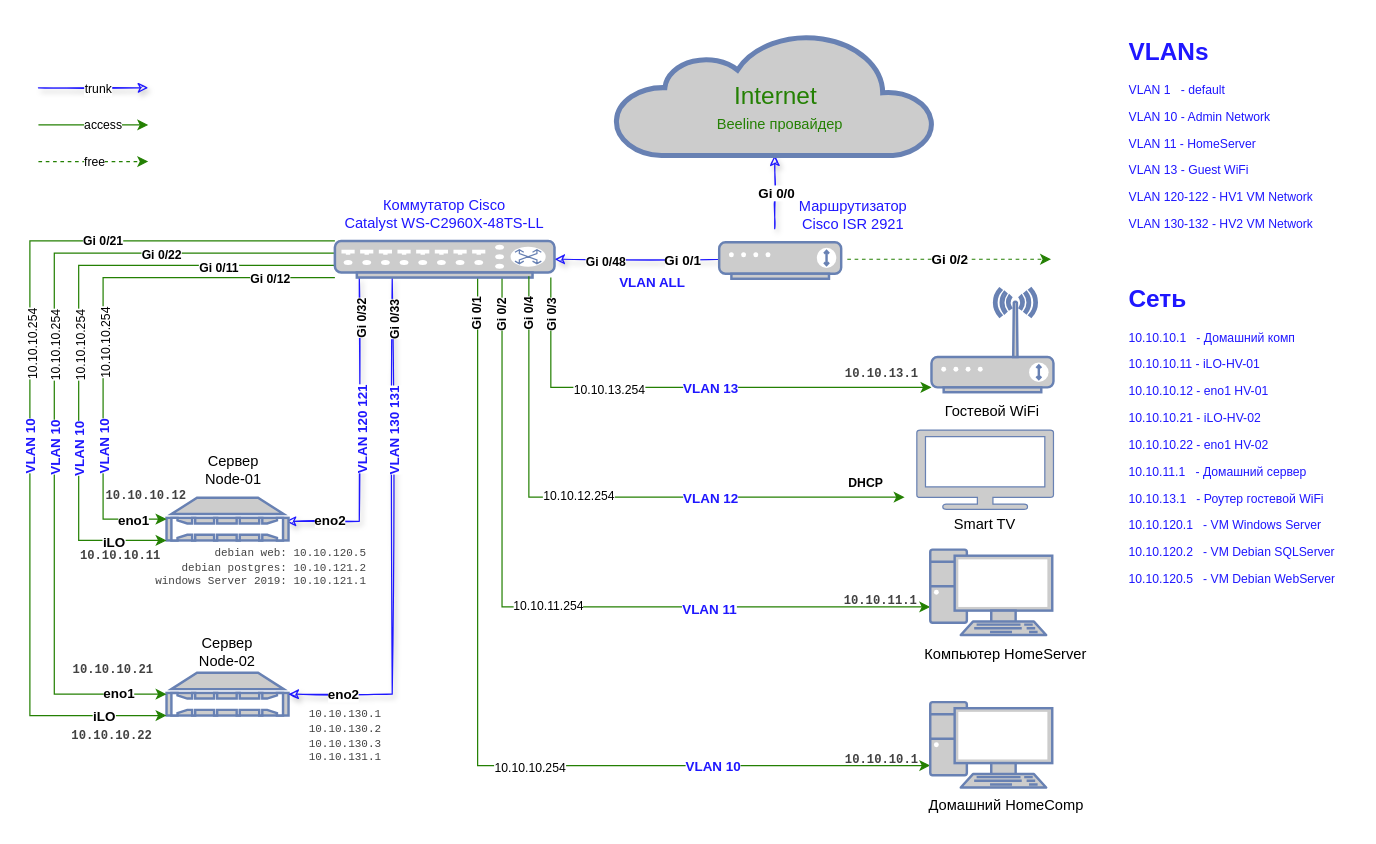
drakulitka/diagrams keeps this draw.io diagram as data-center-network/DCNetwork.drawio. Above is the earlier version. Source tidied: cells renumbered, new cells numbered last; positions are measured from the earlier drawing's top-left corner, leaving out a move shared by most shapes. Both pictures are drawn from the tidied source at 122%, with x=0, y=0 at pixel (29, 33).
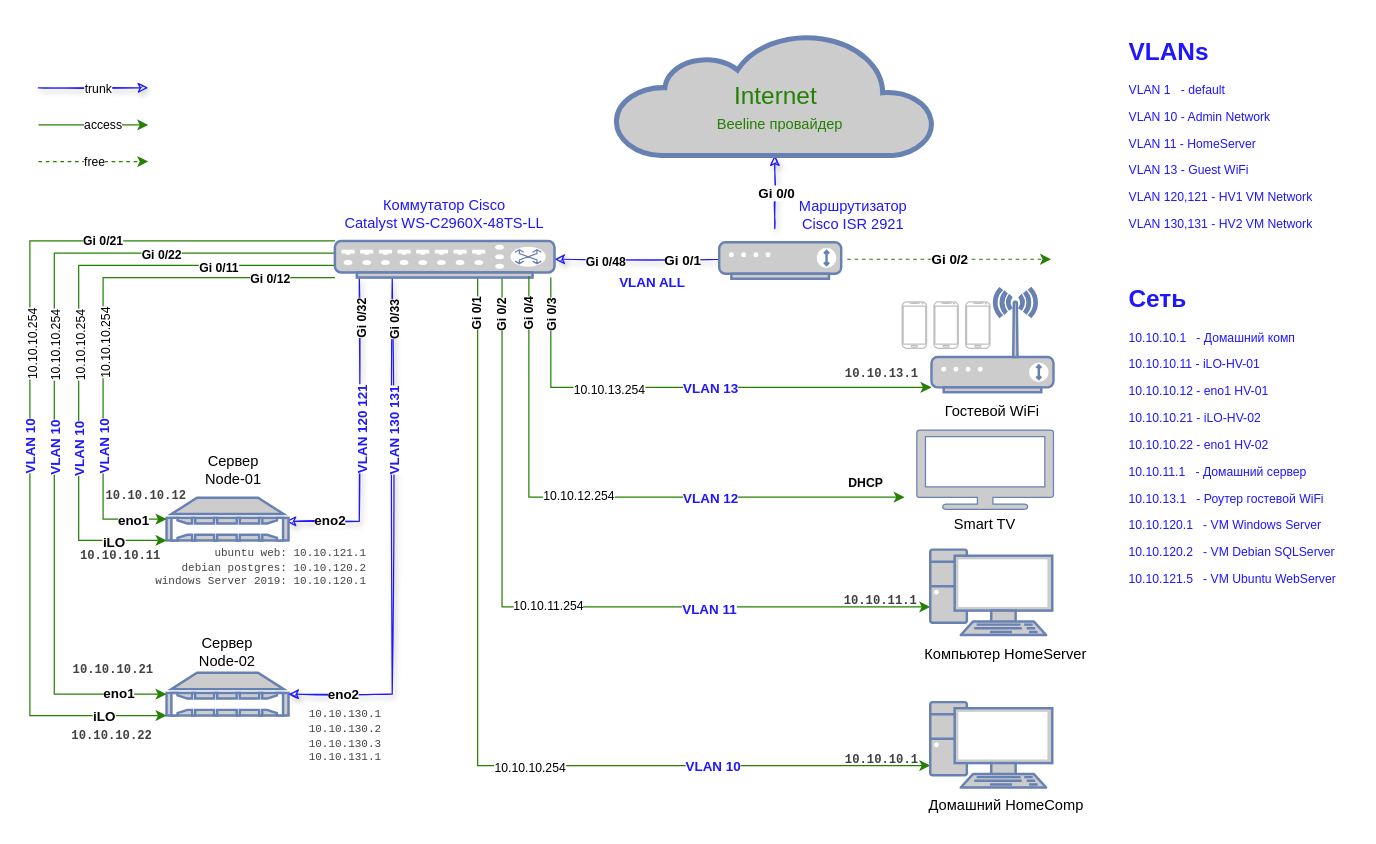
The same page after the edit.

Diff of the diagram source:
```diff
@@
-    <mxCell id="39" value="&lt;div style=&quot;font-size: 9px&quot;&gt;&lt;div style=&quot;font-size: 9px&quot;&gt;&lt;span style=&quot;font-family: &amp;quot;source code pro&amp;quot; , monospace ; color: rgb(66 , 66 , 66) ; background-color: transparent ; font-weight: 400 ; font-style: normal ; font-variant: normal ; text-decoration: none ; vertical-align: baseline ; font-size: 9px&quot; id=&quot;docs-internal-guid-bd31c3f7-7fff-add3-67a0-b06b6ec8103c&quot;&gt;&lt;font style=&quot;font-size: 9px&quot;&gt;debian web: &lt;/font&gt;10.10.120.5&lt;/span&gt;&lt;span style=&quot;font-family: &amp;quot;source code pro&amp;quot; , monospace ; color: rgb(66 , 66 , 66) ; background-color: transparent ; font-weight: 400 ; font-style: normal ; font-variant: normal ; text-decoration: none ; vertical-align: baseline ; font-size: 9px&quot; id=&quot;docs-internal-guid-bd31c3f7-7fff-add3-67a0-b06b6ec8103c&quot;&gt;&lt;/span&gt;&lt;font style=&quot;font-size: 9px&quot;&gt;&lt;br&gt;&lt;/font&gt;&lt;/div&gt;&lt;div style=&quot;font-size: 9px&quot;&gt;&lt;span style=&quot;font-family: &amp;quot;source code pro&amp;quot; , monospace ; color: rgb(66 , 66 , 66) ; background-color: transparent ; font-weight: 400 ; font-style: normal ; font-variant: normal ; text-decoration: none ; vertical-align: baseline ; font-size: 9px&quot; id=&quot;docs-internal-guid-bd31c3f7-7fff-add3-67a0-b06b6ec8103c&quot;&gt;&lt;font style=&quot;font-size: 9px&quot;&gt;debian postgres: &lt;/font&gt;10.10.121.2&lt;/span&gt;&lt;span style=&quot;font-family: &amp;quot;source code pro&amp;quot; , monospace ; color: rgb(66 , 66 , 66) ; background-color: transparent ; font-weight: 400 ; font-style: normal ; font-variant: normal ; text-decoration: none ; vertical-align: baseline ; font-size: 9px&quot; id=&quot;docs-internal-guid-bd31c3f7-7fff-add3-67a0-b06b6ec8103c&quot;&gt;&lt;/span&gt;&lt;span style=&quot;font-family: &amp;quot;source code pro&amp;quot; , monospace ; color: rgb(66 , 66 , 66) ; background-color: transparent ; font-weight: 400 ; font-style: normal ; font-variant: normal ; text-decoration: none ; vertical-align: baseline ; font-size: 9px&quot; id=&quot;docs-internal-guid-bd31c3f7-7fff-add3-67a0-b06b6ec8103c&quot;&gt;&lt;/span&gt;&lt;font style=&quot;font-size: 9px&quot;&gt;&lt;br style=&quot;font-size: 9px&quot;&gt;&lt;/font&gt;&lt;/div&gt;&lt;div style=&quot;font-size: 9px&quot;&gt;&lt;span style=&quot;font-family: &amp;quot;source code pro&amp;quot; , monospace ; color: rgb(66 , 66 , 66) ; background-color: transparent ; font-weight: 400 ; font-style: normal ; font-variant: normal ; text-decoration: none ; vertical-align: baseline ; font-size: 9px&quot; id=&quot;docs-internal-guid-bd31c3f7-7fff-add3-67a0-b06b6ec8103c&quot;&gt;&lt;font style=&quot;font-size: 9px&quot;&gt;windows Server 2019: &lt;/font&gt;10.10.121.1&lt;/span&gt;&lt;span style=&quot;font-family: &amp;quot;source code pro&amp;quot; , monospace ; color: rgb(66 , 66 , 66) ; background-color: transparent ; font-weight: 400 ; font-style: normal ; font-variant: normal ; text-decoration: none ; vertical-align: baseline ; font-size: 9px&quot; id=&quot;docs-internal-guid-bd31c3f7-7fff-add3-67a0-b06b6ec8103c&quot;&gt;&lt;/span&gt;&lt;span style=&quot;font-family: &amp;quot;source code pro&amp;quot; , monospace ; color: rgb(66 , 66 , 66) ; background-color: transparent ; font-weight: 400 ; font-style: normal ; font-variant: normal ; text-decoration: none ; vertical-align: baseline ; font-size: 9px&quot; id=&quot;docs-internal-guid-bd31c3f7-7fff-add3-67a0-b06b6ec8103c&quot;&gt;&lt;/span&gt;&lt;br&gt;&lt;/div&gt;&lt;/div&gt;" style="text;html=1;align=right;verticalAlign=middle;strokeColor=none;fillColor=none;fontSize=9;" parent="1" vertex="1">
+    <mxCell id="39" value="&lt;div style=&quot;font-size: 9px&quot;&gt;&lt;div style=&quot;font-size: 9px&quot;&gt;&lt;span style=&quot;font-family: &amp;#34;source code pro&amp;#34; , monospace ; color: rgb(66 , 66 , 66) ; background-color: transparent ; font-weight: 400 ; font-style: normal ; font-variant: normal ; text-decoration: none ; vertical-align: baseline ; font-size: 9px&quot; id=&quot;docs-internal-guid-bd31c3f7-7fff-add3-67a0-b06b6ec8103c&quot;&gt;&lt;font style=&quot;font-size: 9px&quot;&gt;ubuntu web: &lt;/font&gt;10.10.121.1&lt;/span&gt;&lt;span style=&quot;font-family: &amp;#34;source code pro&amp;#34; , monospace ; color: rgb(66 , 66 , 66) ; background-color: transparent ; font-weight: 400 ; font-style: normal ; font-variant: normal ; text-decoration: none ; vertical-align: baseline ; font-size: 9px&quot; id=&quot;docs-internal-guid-bd31c3f7-7fff-add3-67a0-b06b6ec8103c&quot;&gt;&lt;/span&gt;&lt;font style=&quot;font-size: 9px&quot;&gt;&lt;br&gt;&lt;/font&gt;&lt;/div&gt;&lt;div style=&quot;font-size: 9px&quot;&gt;&lt;span style=&quot;font-family: &amp;#34;source code pro&amp;#34; , monospace ; color: rgb(66 , 66 , 66) ; background-color: transparent ; font-weight: 400 ; font-style: normal ; font-variant: normal ; text-decoration: none ; vertical-align: baseline ; font-size: 9px&quot; id=&quot;docs-internal-guid-bd31c3f7-7fff-add3-67a0-b06b6ec8103c&quot;&gt;&lt;font style=&quot;font-size: 9px&quot;&gt;debian postgres: &lt;/font&gt;10.10.120.2&lt;/span&gt;&lt;span style=&quot;font-family: &amp;#34;source code pro&amp;#34; , monospace ; color: rgb(66 , 66 , 66) ; background-color: transparent ; font-weight: 400 ; font-style: normal ; font-variant: normal ; text-decoration: none ; vertical-align: baseline ; font-size: 9px&quot; id=&quot;docs-internal-guid-bd31c3f7-7fff-add3-67a0-b06b6ec8103c&quot;&gt;&lt;/span&gt;&lt;span style=&quot;font-family: &amp;#34;source code pro&amp;#34; , monospace ; color: rgb(66 , 66 , 66) ; background-color: transparent ; font-weight: 400 ; font-style: normal ; font-variant: normal ; text-decoration: none ; vertical-align: baseline ; font-size: 9px&quot; id=&quot;docs-internal-guid-bd31c3f7-7fff-add3-67a0-b06b6ec8103c&quot;&gt;&lt;/span&gt;&lt;font style=&quot;font-size: 9px&quot;&gt;&lt;br style=&quot;font-size: 9px&quot;&gt;&lt;/font&gt;&lt;/div&gt;&lt;div style=&quot;font-size: 9px&quot;&gt;&lt;span style=&quot;font-family: &amp;#34;source code pro&amp;#34; , monospace ; color: rgb(66 , 66 , 66) ; background-color: transparent ; font-weight: 400 ; font-style: normal ; font-variant: normal ; text-decoration: none ; vertical-align: baseline ; font-size: 9px&quot; id=&quot;docs-internal-guid-bd31c3f7-7fff-add3-67a0-b06b6ec8103c&quot;&gt;&lt;font style=&quot;font-size: 9px&quot;&gt;windows Server 2019: &lt;/font&gt;10.10.120.1&lt;/span&gt;&lt;span style=&quot;font-family: &amp;#34;source code pro&amp;#34; , monospace ; color: rgb(66 , 66 , 66) ; background-color: transparent ; font-weight: 400 ; font-style: normal ; font-variant: normal ; text-decoration: none ; vertical-align: baseline ; font-size: 9px&quot; id=&quot;docs-internal-guid-bd31c3f7-7fff-add3-67a0-b06b6ec8103c&quot;&gt;&lt;/span&gt;&lt;span style=&quot;font-family: &amp;#34;source code pro&amp;#34; , monospace ; color: rgb(66 , 66 , 66) ; background-color: transparent ; font-weight: 400 ; font-style: normal ; font-variant: normal ; text-decoration: none ; vertical-align: baseline ; font-size: 9px&quot; id=&quot;docs-internal-guid-bd31c3f7-7fff-add3-67a0-b06b6ec8103c&quot;&gt;&lt;/span&gt;&lt;br&gt;&lt;/div&gt;&lt;/div&gt;" style="text;html=1;align=right;verticalAlign=middle;strokeColor=none;fillColor=none;fontSize=9;" parent="1" vertex="1">
       <mxGeometry x="87" y="418" width="190" height="40" as="geometry" />
     </mxCell>
@@
-    <mxCell id="81" value="&lt;p style=&quot;line-height: 1.2&quot;&gt;&lt;/p&gt;&lt;h1&gt;VLANs&lt;/h1&gt;&lt;p&gt;VLAN 1&amp;nbsp;&amp;nbsp; - default&lt;/p&gt;&lt;p&gt;VLAN 10 - Admin Network&lt;/p&gt;&lt;p&gt;VLAN 11 - HomeServer&lt;/p&gt;&lt;p&gt;VLAN 13 - Guest WiFi&lt;/p&gt;&lt;p&gt;VLAN 120-122 - HV1 VM Network&lt;/p&gt;&lt;p&gt;VLAN 130-132 - HV2 VM Network&lt;/p&gt;&lt;p&gt;&lt;/p&gt;" style="text;html=1;strokeColor=none;fillColor=none;spacing=5;spacingTop=-20;whiteSpace=wrap;overflow=hidden;rounded=0;fontSize=10;fontColor=#1F17FF;" parent="1" vertex="1">
+    <mxCell id="81" value="&lt;p style=&quot;line-height: 1.2&quot;&gt;&lt;/p&gt;&lt;h1&gt;VLANs&lt;/h1&gt;&lt;p&gt;VLAN 1&amp;nbsp;&amp;nbsp; - default&lt;/p&gt;&lt;p&gt;VLAN 10 - Admin Network&lt;/p&gt;&lt;p&gt;VLAN 11 - HomeServer&lt;/p&gt;&lt;p&gt;VLAN 13 - Guest WiFi&lt;/p&gt;&lt;p&gt;VLAN 120,121 - HV1 VM Network&lt;/p&gt;&lt;p&gt;VLAN 130,131 - HV2 VM Network&lt;/p&gt;&lt;p&gt;&lt;/p&gt;" style="text;html=1;strokeColor=none;fillColor=none;spacing=5;spacingTop=-20;whiteSpace=wrap;overflow=hidden;rounded=0;fontSize=10;fontColor=#1F17FF;" parent="1" vertex="1">
       <mxGeometry x="896" width="190" height="170" as="geometry" />
     </mxCell>
-    <mxCell id="82" value="&lt;p style=&quot;line-height: 1.2&quot;&gt;&lt;/p&gt;&lt;h1&gt;Сеть&lt;/h1&gt;&lt;p&gt;10.10.10.1 &amp;nbsp; - Домашний комп&lt;br&gt;&lt;/p&gt;&lt;p&gt;10.10.10.11 - iLO-HV-01&lt;/p&gt;&lt;p&gt;10.10.10.12 - eno1 HV-01&lt;/p&gt;&lt;p&gt;10.10.10.21 - iLO-HV-02&lt;/p&gt;&lt;p&gt;10.10.10.22 - eno1 HV-02&lt;/p&gt;&lt;p&gt;10.10.11.1&amp;nbsp;&amp;nbsp; - Домашний сервер&lt;/p&gt;&lt;p&gt;10.10.13.1&amp;nbsp;&amp;nbsp; - Роутер гостевой WiFi&lt;/p&gt;&lt;p&gt;10.10.120.1&amp;nbsp;&amp;nbsp; - VM Windows Server&lt;/p&gt;&lt;p&gt;10.10.120.2 &amp;nbsp; - VM Debian SQLServer&lt;/p&gt;&lt;p&gt;10.10.120.5 &amp;nbsp; - VM Debian WebServer&lt;/p&gt;&lt;p&gt;&lt;/p&gt;" style="text;html=1;strokeColor=none;fillColor=none;spacing=5;spacingTop=-20;whiteSpace=wrap;overflow=hidden;rounded=0;fontSize=10;fontColor=#1F17FF;" parent="1" vertex="1">
+    <mxCell id="82" value="&lt;p style=&quot;line-height: 1.2&quot;&gt;&lt;/p&gt;&lt;h1&gt;Сеть&lt;/h1&gt;&lt;p&gt;10.10.10.1 &amp;nbsp; - Домашний комп&lt;br&gt;&lt;/p&gt;&lt;p&gt;10.10.10.11 - iLO-HV-01&lt;/p&gt;&lt;p&gt;10.10.10.12 - eno1 HV-01&lt;/p&gt;&lt;p&gt;10.10.10.21 - iLO-HV-02&lt;/p&gt;&lt;p&gt;10.10.10.22 - eno1 HV-02&lt;/p&gt;&lt;p&gt;10.10.11.1&amp;nbsp;&amp;nbsp; - Домашний сервер&lt;/p&gt;&lt;p&gt;10.10.13.1&amp;nbsp;&amp;nbsp; - Роутер гостевой WiFi&lt;/p&gt;&lt;p&gt;10.10.120.1&amp;nbsp;&amp;nbsp; - VM Windows Server&lt;/p&gt;&lt;p&gt;10.10.120.2 &amp;nbsp; - VM Debian SQLServer&lt;/p&gt;&lt;p&gt;10.10.121.5 &amp;nbsp; - VM Ubuntu WebServer&lt;/p&gt;&lt;p&gt;&lt;/p&gt;" style="text;html=1;strokeColor=none;fillColor=none;spacing=5;spacingTop=-20;whiteSpace=wrap;overflow=hidden;rounded=0;fontSize=10;fontColor=#1F17FF;" parent="1" vertex="1">
       <mxGeometry x="896" y="202.5" width="190" height="277.5" as="geometry" />
     </mxCell>
@@
+    <mxCell id="90" style="verticalLabelPosition=bottom;verticalAlign=top;html=1;shadow=0;dashed=0;strokeWidth=1;shape=mxgraph.android.phone2;strokeColor=#c0c0c0;" parent="1" vertex="1">
+      <mxGeometry x="715" y="220" width="20" height="38" as="geometry" />
+    </mxCell>
+    <mxCell id="91" style="verticalLabelPosition=bottom;verticalAlign=top;html=1;shadow=0;dashed=0;strokeWidth=1;shape=mxgraph.android.phone2;strokeColor=#c0c0c0;" parent="1" vertex="1">
+      <mxGeometry x="741" y="220" width="20" height="38" as="geometry" />
+    </mxCell>
+    <mxCell id="92" style="verticalLabelPosition=bottom;verticalAlign=top;html=1;shadow=0;dashed=0;strokeWidth=1;shape=mxgraph.android.phone2;strokeColor=#c0c0c0;" parent="1" vertex="1">
+      <mxGeometry x="767" y="220" width="20" height="38" as="geometry" />
+    </mxCell>
```
